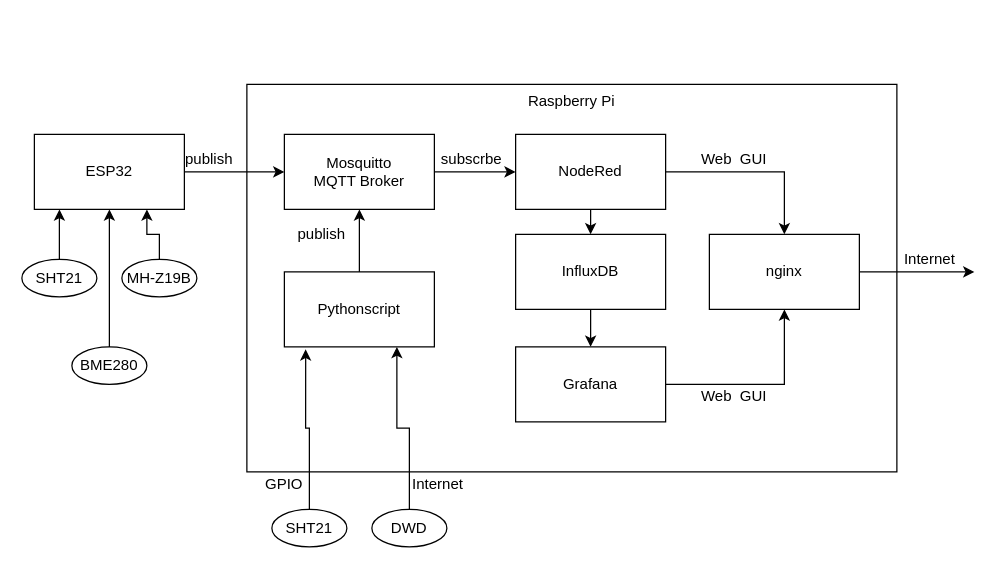
The draw.io diagram doc/esp_sensor.drawio in gldhnchn/esp_sensor, before the edit. Source tidied: cells renumbered, new cells numbered last; positions are measured from the earlier drawing's top-left corner, leaving out a move shared by most shapes. Both pictures are drawn from the tidied source at 125%, with x=0, y=0 at pixel (21, 84).
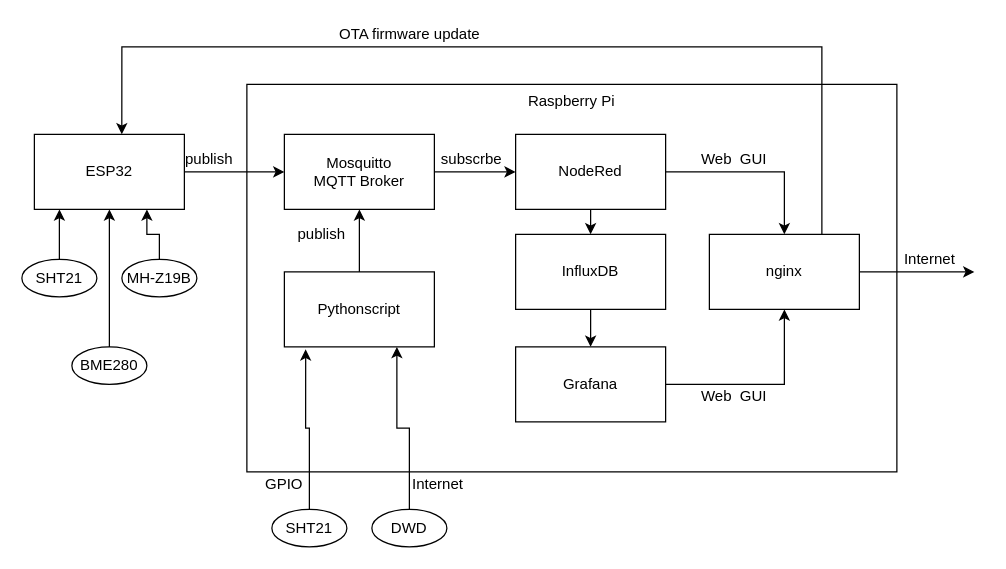
Above is the later version.

Commit message (it also covers changes not shown here):
Add ota to system structure

The change refers to these unchanged cells:
```xml
<mxCell id="2" value="ESP32" style="rounded=0;whiteSpace=wrap;html=1;" parent="1" vertex="1">
  <mxGeometry x="10" y="40" width="120" height="60" as="geometry" />
</mxCell>
<mxCell id="17" value="nginx" style="rounded=0;whiteSpace=wrap;html=1;" parent="1" vertex="1">
  <mxGeometry x="550" y="120" width="120" height="60" as="geometry" />
</mxCell>
```

Change to the diagram source:
```diff
@@
+    <mxCell id="36" style="edgeStyle=orthogonalEdgeStyle;rounded=0;jettySize=auto;html=1;exitX=0.75;exitY=0;exitDx=0;exitDy=0;entryX=0.583;entryY=0;entryDx=0;entryDy=0;entryPerimeter=0;" parent="1" edge="1" source="17" target="2">
+      <mxGeometry relative="1" as="geometry">
+        <Array as="points">
+          <mxPoint x="640" y="-30" />
+          <mxPoint x="80" y="-30" />
+        </Array>
+      </mxGeometry>
+    </mxCell>
@@
+    <mxCell id="37" value="OTA firmware update" style="text;html=1;align=center;verticalAlign=middle;" parent="1" vertex="1">
+      <mxGeometry x="245" y="-50" width="130" height="20" as="geometry" />
+    </mxCell>
```
